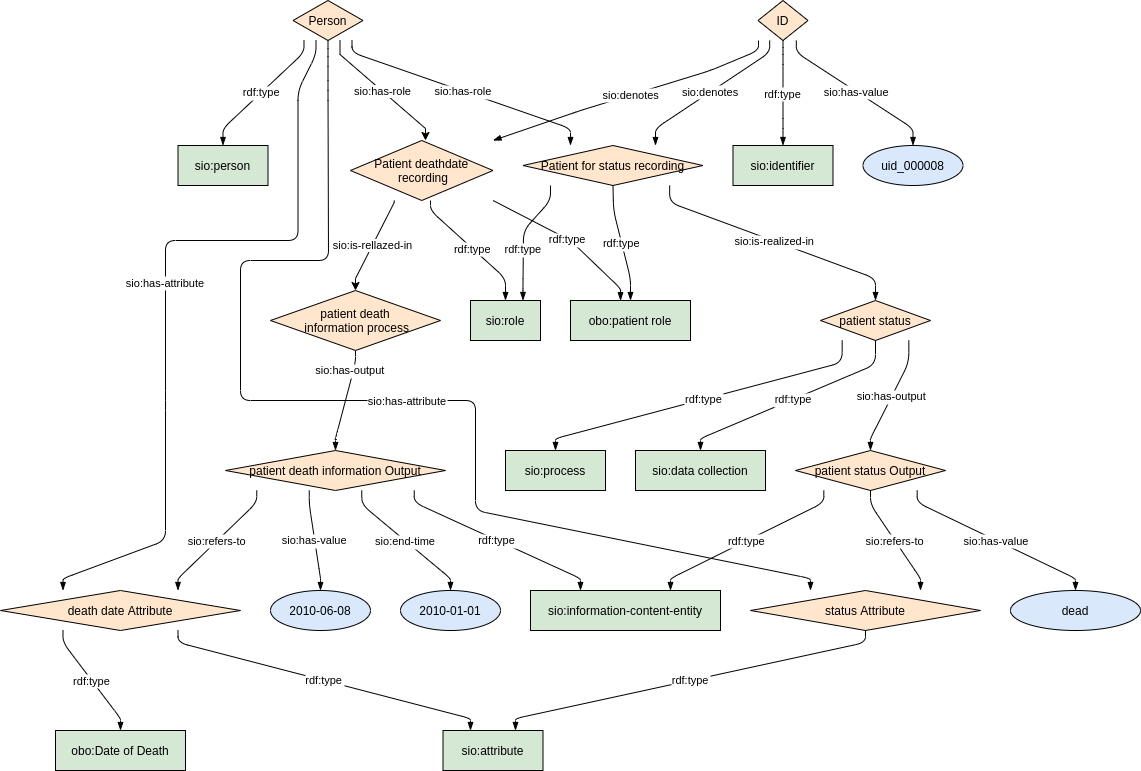
Earlier version of the draw.io export images/rdf/3_Patient_status.png (ejp-rd-vp/ERN-common-data-elements). Source tidied: cells renumbered, new cells last; positions are measured from the earlier drawing's top-left corner, leaving out a move shared by most shapes.
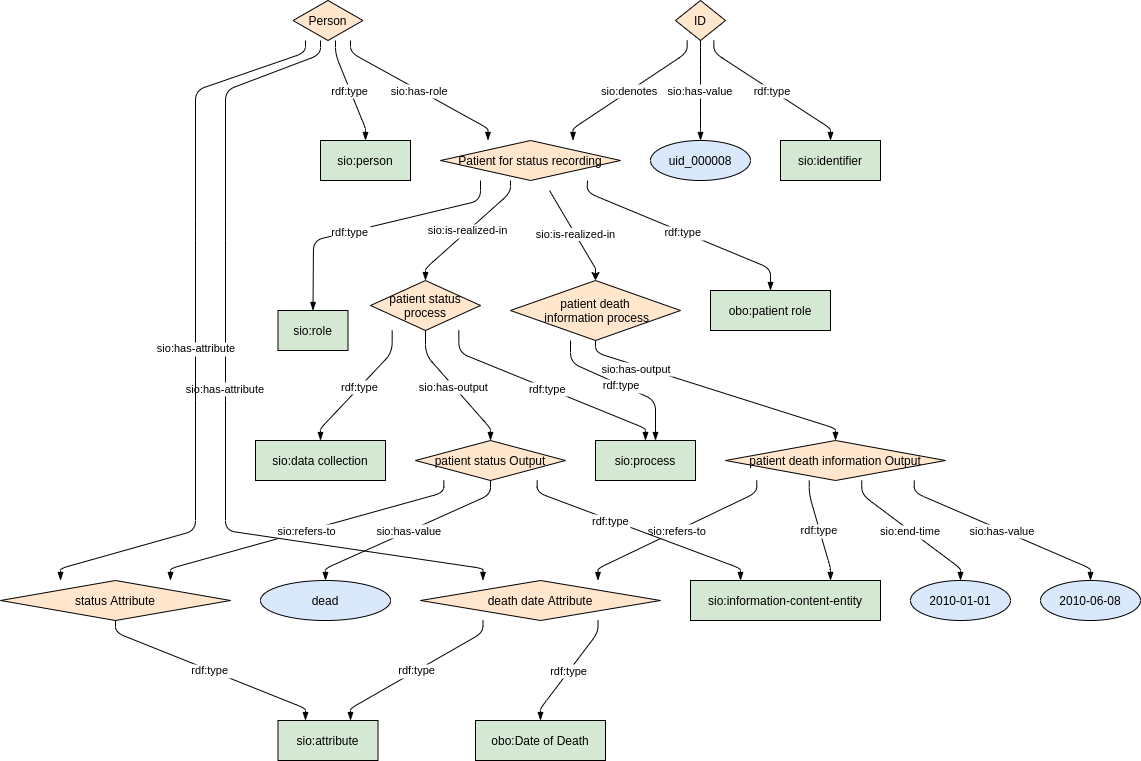
After the commit.

What changed in the source:
```diff
@@ -6,3 +6,3 @@
       <mxCell style="shape=rhombus;fillColor=#FFE6CC;strokeColor=#000000;" parent="1" vertex="1">
-        <mxGeometry x="225" y="450" width="220" height="40" as="geometry" />
+        <mxGeometry x="725" y="440" width="220" height="40" as="geometry" />
       </mxCell>
@@ -11,13 +11,5 @@
       <mxCell style="shape=rhombus;fillColor=#FFE6CC;strokeColor=#000000;" parent="1" vertex="1">
-        <mxGeometry y="590" width="240" height="40" as="geometry" />
+        <mxGeometry x="420" y="580" width="240" height="40" as="geometry" />
       </mxCell>
     </object>
-    <mxCell id="4" value="sio:has-role" style="edgeStyle=orthogonalEdgeStyle;rounded=0;jettySize=auto;html=1;noEdgeStyle=1;orthogonal=1;" parent="1" edge="1" source="5" target="48">
-      <mxGeometry relative="1" as="geometry">
-        <Array as="points">
-          <mxPoint x="339.5" y="54" />
-          <mxPoint x="425" y="128" />
-        </Array>
-      </mxGeometry>
-    </mxCell>
     <object id="5" label="%name%" name="Person" placeholders="1">
@@ -29,8 +21,8 @@
       <mxCell style="shape=rhombus;fillColor=#FFE6CC;strokeColor=#000000;" parent="1" vertex="1">
-        <mxGeometry x="522.5" y="145" width="180" height="40" as="geometry" />
+        <mxGeometry x="440" y="140" width="180" height="40" as="geometry" />
       </mxCell>
     </object>
-    <object id="7" label="%name%" name="patient status" placeholders="1">
+    <object id="7" label="patient status &#10;process" name="patient status" placeholders="1">
       <mxCell style="shape=rhombus;fillColor=#FFE6CC;strokeColor=#000000;" parent="1" vertex="1">
-        <mxGeometry x="820" y="300" width="110" height="40" as="geometry" />
+        <mxGeometry x="370" y="280" width="110" height="50" as="geometry" />
       </mxCell>
@@ -39,3 +31,3 @@
       <mxCell style="shape=rounded;fillColor=#d5e8d4;strokeColor=#000000;" parent="1" vertex="1">
-        <mxGeometry x="177.5" y="145" width="90" height="40" as="geometry" />
+        <mxGeometry x="320" y="140" width="90" height="40" as="geometry" />
       </mxCell>
@@ -44,3 +36,3 @@
       <mxCell style="shape=rhombus;fillColor=#FFE6CC;strokeColor=#000000;" parent="1" vertex="1">
-        <mxGeometry x="757.5" width="50" height="40" as="geometry" />
+        <mxGeometry x="675" width="50" height="40" as="geometry" />
       </mxCell>
@@ -49,3 +41,3 @@
       <mxCell style="shape=ellipse;fillColor=#DAE8FC;strokeColor=#000000;" parent="1" vertex="1">
-        <mxGeometry x="862.5" y="145" width="100" height="40" as="geometry" />
+        <mxGeometry x="650" y="140" width="100" height="40" as="geometry" />
       </mxCell>
@@ -54,3 +46,3 @@
       <mxCell style="shape=rounded;fillColor=#d5e8d4;strokeColor=#000000;" parent="1" vertex="1">
-        <mxGeometry x="505" y="450" width="100" height="40" as="geometry" />
+        <mxGeometry x="595" y="440" width="100" height="40" as="geometry" />
       </mxCell>
@@ -59,3 +51,3 @@
       <mxCell style="shape=ellipse;fillColor=#DAE8FC;strokeColor=#000000;" parent="1" vertex="1">
-        <mxGeometry x="270" y="590" width="100" height="40" as="geometry" />
+        <mxGeometry x="1040" y="580" width="100" height="40" as="geometry" />
       </mxCell>
@@ -64,3 +56,3 @@
       <mxCell style="shape=rounded;fillColor=#d5e8d4;strokeColor=#000000;" parent="1" vertex="1">
-        <mxGeometry x="55" y="730" width="130" height="40" as="geometry" />
+        <mxGeometry x="475" y="720" width="130" height="40" as="geometry" />
       </mxCell>
@@ -69,3 +61,3 @@
       <mxCell style="shape=rhombus;fillColor=#FFE6CC;strokeColor=#000000;" parent="1" vertex="1">
-        <mxGeometry x="795" y="450" width="150" height="40" as="geometry" />
+        <mxGeometry x="415" y="440" width="150" height="40" as="geometry" />
       </mxCell>
@@ -74,3 +66,3 @@
       <mxCell style="shape=ellipse;fillColor=#DAE8FC;strokeColor=#000000;" parent="1" vertex="1">
-        <mxGeometry x="1010" y="590" width="130" height="40" as="geometry" />
+        <mxGeometry x="260" y="580" width="130" height="40" as="geometry" />
       </mxCell>
@@ -79,3 +71,3 @@
       <mxCell style="shape=rounded;fillColor=#d5e8d4;strokeColor=#000000;" parent="1" vertex="1">
-        <mxGeometry x="530" y="590" width="190" height="40" as="geometry" />
+        <mxGeometry x="690" y="580" width="190" height="40" as="geometry" />
       </mxCell>
@@ -84,3 +76,3 @@
       <mxCell style="shape=ellipse;fillColor=#DAE8FC;strokeColor=#000000;" parent="1" vertex="1">
-        <mxGeometry x="400" y="590" width="100" height="40" as="geometry" />
+        <mxGeometry x="910" y="580" width="100" height="40" as="geometry" />
       </mxCell>
@@ -89,3 +81,3 @@
       <mxCell style="shape=rhombus;fillColor=#FFE6CC;strokeColor=#000000;" parent="1" vertex="1">
-        <mxGeometry x="750" y="590" width="230" height="40" as="geometry" />
+        <mxGeometry y="580" width="230" height="40" as="geometry" />
       </mxCell>
@@ -94,3 +86,3 @@
       <mxCell style="shape=rounded;fillColor=#d5e8d4;strokeColor=#000000;" parent="1" vertex="1">
-        <mxGeometry x="570" y="300" width="120" height="40" as="geometry" />
+        <mxGeometry x="710" y="290" width="120" height="40" as="geometry" />
       </mxCell>
@@ -99,3 +91,3 @@
       <mxCell style="shape=rounded;fillColor=#d5e8d4;strokeColor=#000000;" parent="1" vertex="1">
-        <mxGeometry x="442.5" y="730" width="100" height="40" as="geometry" />
+        <mxGeometry x="277.5" y="720" width="100" height="40" as="geometry" />
       </mxCell>
@@ -104,3 +96,3 @@
       <mxCell style="shape=rounded;fillColor=#d5e8d4;strokeColor=#000000;" parent="1" vertex="1">
-        <mxGeometry x="732.5" y="145" width="100" height="40" as="geometry" />
+        <mxGeometry x="780" y="140" width="100" height="40" as="geometry" />
       </mxCell>
@@ -109,3 +101,3 @@
       <mxCell style="shape=rounded;fillColor=#d5e8d4;strokeColor=#000000;" parent="1" vertex="1">
-        <mxGeometry x="635" y="450" width="130" height="40" as="geometry" />
+        <mxGeometry x="255" y="440" width="130" height="40" as="geometry" />
       </mxCell>
@@ -115,4 +107,4 @@
         <Array as="points">
-          <mxPoint x="256.2" y="502" />
-          <mxPoint x="177.5" y="578" />
+          <mxPoint x="756.2" y="492" />
+          <mxPoint x="597.5" y="568" />
         </Array>
@@ -123,4 +115,4 @@
         <Array as="points">
-          <mxPoint x="870" y="504" />
-          <mxPoint x="920" y="578" />
+          <mxPoint x="443.3" y="492" />
+          <mxPoint x="170" y="568" />
         </Array>
@@ -131,4 +123,4 @@
         <Array as="points">
-          <mxPoint x="351.5" y="52" />
-          <mxPoint x="570" y="128" />
+          <mxPoint x="350" y="52" />
+          <mxPoint x="487.5" y="128" />
         </Array>
@@ -139,4 +131,4 @@
         <Array as="points">
-          <mxPoint x="303.5" y="52" />
-          <mxPoint x="222.5" y="128" />
+          <mxPoint x="335" y="54" />
+          <mxPoint x="365" y="128" />
         </Array>
@@ -147,4 +139,4 @@
         <Array as="points">
-          <mxPoint x="841.7" y="362" />
-          <mxPoint x="555" y="438" />
+          <mxPoint x="458.3" y="352" />
+          <mxPoint x="645" y="428" />
         </Array>
@@ -155,4 +147,4 @@
         <Array as="points">
-          <mxPoint x="62.5" y="642" />
-          <mxPoint x="120" y="718" />
+          <mxPoint x="597.5" y="632" />
+          <mxPoint x="540" y="708" />
         </Array>
@@ -161,7 +153,8 @@
     <mxCell id="29" value="rdf:type" style="curved=0;endArrow=blockThin;endFill=1;noEdgeStyle=1;orthogonal=1;" parent="1" edge="1" source="14" target="16">
-      <mxGeometry relative="1" as="geometry">
+      <mxGeometry x="-0.25" y="-1" relative="1" as="geometry">
         <Array as="points">
-          <mxPoint x="823.3" y="502" />
-          <mxPoint x="670" y="578" />
+          <mxPoint x="536.7" y="492" />
+          <mxPoint x="740" y="568" />
         </Array>
+        <mxPoint x="1" as="offset" />
       </mxGeometry>
@@ -171,4 +164,4 @@
         <Array as="points">
-          <mxPoint x="413.8" y="502" />
-          <mxPoint x="580" y="578" />
+          <mxPoint x="808.8" y="494" />
+          <mxPoint x="830" y="568" />
         </Array>
@@ -176,7 +169,8 @@
     </mxCell>
-    <mxCell id="31" value="rdf:type" style="curved=0;endArrow=blockThin;endFill=1;noEdgeStyle=1;orthogonal=1;exitX=0.5;exitY=1;exitDx=0;exitDy=0;" parent="1" edge="1" source="6" target="19">
+    <mxCell id="31" value="rdf:type" style="curved=0;endArrow=blockThin;endFill=1;noEdgeStyle=1;orthogonal=1;" parent="1" edge="1" target="19">
       <mxGeometry relative="1" as="geometry">
+        <mxPoint x="587" y="180" as="sourcePoint" />
         <Array as="points">
-          <mxPoint x="613" y="210" />
-          <mxPoint x="630" y="278" />
+          <mxPoint x="586.7" y="192" />
+          <mxPoint x="770" y="268" />
         </Array>
@@ -187,4 +181,4 @@
         <Array as="points">
-          <mxPoint x="177.5" y="642" />
-          <mxPoint x="470" y="718" />
+          <mxPoint x="482.5" y="632" />
+          <mxPoint x="350" y="708" />
         </Array>
@@ -195,4 +189,4 @@
         <Array as="points">
-          <mxPoint x="865" y="642" />
-          <mxPoint x="515" y="718" />
+          <mxPoint x="115" y="632" />
+          <mxPoint x="305" y="708" />
         </Array>
@@ -203,4 +197,4 @@
         <Array as="points">
-          <mxPoint x="782.5" y="54" />
-          <mxPoint x="782.5" y="128" />
+          <mxPoint x="713.3" y="52" />
+          <mxPoint x="830" y="128" />
         </Array>
@@ -211,4 +205,4 @@
         <Array as="points">
-          <mxPoint x="875" y="364" />
-          <mxPoint x="700" y="438" />
+          <mxPoint x="391.7" y="352" />
+          <mxPoint x="320" y="428" />
         </Array>
@@ -219,4 +213,4 @@
         <Array as="points">
-          <mxPoint x="795.8" y="52" />
-          <mxPoint x="912.5" y="128" />
+          <mxPoint x="700" y="54" />
+          <mxPoint x="700" y="128" />
         </Array>
@@ -227,4 +221,4 @@
         <Array as="points">
-          <mxPoint x="308.8" y="504" />
-          <mxPoint x="320" y="578" />
+          <mxPoint x="913.8" y="492" />
+          <mxPoint x="1090" y="568" />
         </Array>
@@ -235,4 +229,4 @@
         <Array as="points">
-          <mxPoint x="916.7" y="502" />
-          <mxPoint x="1075" y="578" />
+          <mxPoint x="490" y="494" />
+          <mxPoint x="325" y="568" />
         </Array>
@@ -243,4 +237,4 @@
         <Array as="points">
-          <mxPoint x="355" y="362" />
-          <mxPoint x="335" y="438" />
+          <mxPoint x="595" y="352" />
+          <mxPoint x="835" y="428" />
         </Array>
@@ -251,4 +245,4 @@
         <Array as="points">
-          <mxPoint x="908.3" y="362" />
-          <mxPoint x="870" y="438" />
+          <mxPoint x="425" y="354" />
+          <mxPoint x="490" y="428" />
         </Array>
@@ -259,4 +253,4 @@
         <Array as="points">
-          <mxPoint x="669.2" y="202" />
-          <mxPoint x="875" y="278" />
+          <mxPoint x="510" y="192" />
+          <mxPoint x="425" y="268" />
         </Array>
@@ -267,10 +261,10 @@
         <Array as="points">
-          <mxPoint x="315.5" y="54" />
-          <mxPoint x="297.5" y="90" />
-          <mxPoint x="297.5" y="240" />
-          <mxPoint x="165" y="240" />
-          <mxPoint x="165" y="400" />
-          <mxPoint x="165" y="400" />
-          <mxPoint x="165" y="540" />
-          <mxPoint x="62.5" y="578" />
+          <mxPoint x="320" y="54" />
+          <mxPoint x="225" y="90" />
+          <mxPoint x="225" y="230" />
+          <mxPoint x="225" y="230" />
+          <mxPoint x="225" y="390" />
+          <mxPoint x="225" y="390" />
+          <mxPoint x="225" y="530" />
+          <mxPoint x="482.5" y="568" />
         </Array>
@@ -281,10 +275,10 @@
         <Array as="points">
-          <mxPoint x="327.5" y="56" />
-          <mxPoint x="327.5" y="90" />
-          <mxPoint x="328" y="260" />
-          <mxPoint x="240" y="260" />
-          <mxPoint x="240" y="400" />
-          <mxPoint x="475" y="400" />
-          <mxPoint x="475" y="510" />
-          <mxPoint x="810" y="578" />
+          <mxPoint x="305" y="52" />
+          <mxPoint x="195" y="90" />
+          <mxPoint x="195" y="230" />
+          <mxPoint x="195" y="230" />
+          <mxPoint x="195" y="390" />
+          <mxPoint x="195" y="390" />
+          <mxPoint x="195" y="530" />
+          <mxPoint x="60" y="568" />
         </Array>
@@ -296,4 +290,4 @@
         <Array as="points">
-          <mxPoint x="361.2" y="504" />
-          <mxPoint x="450" y="578" />
+          <mxPoint x="861.2" y="494" />
+          <mxPoint x="960" y="568" />
         </Array>
@@ -304,4 +298,4 @@
         <Array as="points">
-          <mxPoint x="769.2" y="52" />
-          <mxPoint x="655" y="128" />
+          <mxPoint x="686.7" y="52" />
+          <mxPoint x="572.5" y="128" />
         </Array>
@@ -311,10 +305,10 @@
       <mxCell style="shape=rhombus;fillColor=#FFE6CC;strokeColor=#000000;" parent="1" vertex="1">
-        <mxGeometry x="270" y="290" width="170" height="60" as="geometry" />
+        <mxGeometry x="510" y="280" width="170" height="60" as="geometry" />
       </mxCell>
     </object>
-    <mxCell id="47" value="sio:is-rellazed-in" style="edgeStyle=orthogonalEdgeStyle;rounded=0;jettySize=auto;html=1;noEdgeStyle=1;orthogonal=1;" parent="1" edge="1" source="48" target="46">
+    <mxCell id="47" value="sio:is-realized-in" style="edgeStyle=orthogonalEdgeStyle;rounded=0;jettySize=auto;html=1;noEdgeStyle=1;orthogonal=1;" parent="1" edge="1" target="46">
       <mxGeometry relative="1" as="geometry">
+        <mxPoint x="549" y="190" as="sourcePoint" />
         <Array as="points">
-          <mxPoint x="393.8" y="202" />
-          <mxPoint x="355" y="278" />
+          <mxPoint x="595" y="268" />
         </Array>
@@ -322,36 +316,21 @@
     </mxCell>
-    <object id="48" label="Patient deathdate&#10; recording" name="Person" placeholders="1">
-      <mxCell style="shape=rhombus;fillColor=#FFE6CC;strokeColor=#000000;" parent="1" vertex="1">
-        <mxGeometry x="350" y="140" width="142.5" height="60" as="geometry" />
-      </mxCell>
-    </object>
-    <mxCell id="49" value="sio:denotes" style="curved=0;endArrow=blockThin;endFill=1;noEdgeStyle=1;orthogonal=1;" parent="1" edge="1" target="48">
-      <mxGeometry relative="1" as="geometry">
-        <mxPoint x="758" y="40" as="sourcePoint" />
-        <Array as="points">
-          <mxPoint x="758" y="50" />
-          <mxPoint x="710" y="70" />
-          <mxPoint x="580" y="110" />
-        </Array>
-      </mxGeometry>
-    </mxCell>
-    <mxCell id="50" value="rdf:type" style="curved=0;endArrow=blockThin;endFill=1;noEdgeStyle=1;orthogonal=1;entryX=0.417;entryY=0.005;entryDx=0;entryDy=0;entryPerimeter=0;" parent="1" edge="1" source="48" target="19">
-      <mxGeometry relative="1" as="geometry">
-        <Array as="points">
-          <mxPoint x="570" y="240" />
-          <mxPoint x="620" y="288" />
-        </Array>
-      </mxGeometry>
-    </mxCell>
     <object id="51" label="%name%" name="sio:role" placeholders="1">
       <mxCell style="shape=rounded;fillColor=#d5e8d4;strokeColor=#000000;" parent="1" vertex="1">
-        <mxGeometry x="470" y="300" width="70" height="40" as="geometry" />
+        <mxGeometry x="277.5" y="310" width="70" height="40" as="geometry" />
       </mxCell>
     </object>
+    <mxCell id="54" value="rdf:type" style="curved=0;endArrow=blockThin;endFill=1;noEdgeStyle=1;orthogonal=1;entryX=0.5;entryY=0;entryDx=0;entryDy=0;" parent="1" edge="1" source="6" target="51">
+      <mxGeometry x="0.18" relative="1" as="geometry">
+        <Array as="points">
+          <mxPoint x="480" y="200" />
+          <mxPoint x="313" y="240" />
+        </Array>
+      </mxGeometry>
+    </mxCell>
-    <mxCell id="52" value="rdf:type" style="curved=0;endArrow=blockThin;endFill=1;noEdgeStyle=1;orthogonal=1;" parent="1" edge="1" target="51">
+    <mxCell id="52" value="rdf:type" style="curved=0;endArrow=blockThin;endFill=1;noEdgeStyle=1;orthogonal=1;" parent="1" edge="1" source="46">
       <mxGeometry relative="1" as="geometry">
-        <mxPoint x="430" y="200" as="sourcePoint" />
+        <mxPoint x="655" y="440" as="targetPoint" />
         <Array as="points">
-          <mxPoint x="430" y="210" />
-          <mxPoint x="505" y="278" />
+          <mxPoint x="570" y="362" />
+          <mxPoint x="655" y="400" />
         </Array>
@@ -359,12 +338,2 @@
     </mxCell>
-    <mxCell id="53" value="rdf:type" style="curved=0;endArrow=blockThin;endFill=1;noEdgeStyle=1;orthogonal=1;entryX=0.417;entryY=0.005;entryDx=0;entryDy=0;entryPerimeter=0;" parent="1" edge="1" source="6">
-      <mxGeometry x="0.18" relative="1" as="geometry">
-        <mxPoint x="522.5" y="300" as="targetPoint" />
-        <Array as="points">
-          <mxPoint x="550" y="200" />
-          <mxPoint x="523" y="230" />
-          <mxPoint x="522.5" y="287.8" />
-        </Array>
-      </mxGeometry>
-    </mxCell>
   </root>
```
